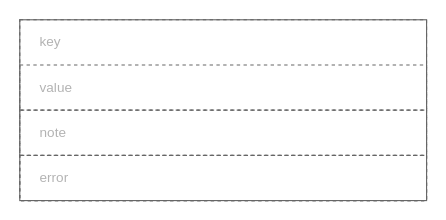
Earlier version of the draw.io diagram docs/diagrams/property-tile.drawio (stevedekorte/strvct.net). Source tidied: cells renumbered, new cells numbered last; positions are measured from the earlier drawing's top-left corner, leaving out a move shared by most shapes. Both pictures are drawn from the tidied source at 113%, with x=0, y=0 at pixel (19, 19).
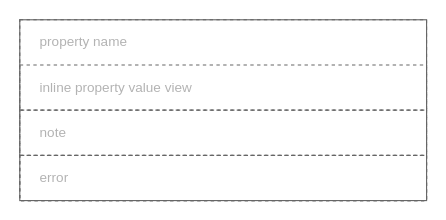
Above is the later version.

Diff of the diagram source:
```diff
@@
 <mxGraphModel>
   <root>
     <mxCell id="0" />
     <mxCell id="1" parent="0" />
     <mxCell id="2" style="rounded=0;whiteSpace=wrap;html=1;fillColor=none;strokeColor=#666666;fontSize=12;fontColor=#B3B3B3;" parent="1" vertex="1">
       <mxGeometry width="360" height="160" as="geometry" />
     </mxCell>
     <mxCell id="3" style="rounded=0;whiteSpace=wrap;html=1;fontSize=12;align=left;fillColor=none;strokeColor=#666666;dashed=1;fontColor=#B3B3B3;" parent="1" vertex="1">
       <mxGeometry width="360" height="160" as="geometry" />
     </mxCell>
-    <mxCell id="4" value="&lt;font style=&quot;font-size: 12px;&quot;&gt;key&lt;/font&gt;" style="rounded=0;whiteSpace=wrap;html=1;fontSize=24;align=left;fillColor=none;strokeColor=none;verticalAlign=middle;spacingBottom=8;spacingLeft=16;fontColor=#B3B3B3;" parent="1" vertex="1">
+    <mxCell id="4" value="&lt;font style=&quot;font-size: 12px;&quot;&gt;property name&lt;/font&gt;" style="rounded=0;whiteSpace=wrap;html=1;fontSize=24;align=left;fillColor=none;strokeColor=none;verticalAlign=middle;spacingBottom=8;spacingLeft=16;fontColor=#B3B3B3;" parent="1" vertex="1">
       <mxGeometry width="360" height="40" as="geometry" />
     </mxCell>
-    <mxCell id="5" value="&lt;font style=&quot;font-size: 12px;&quot;&gt;value&lt;/font&gt;" style="rounded=0;whiteSpace=wrap;html=1;fontSize=24;align=left;fillColor=none;strokeColor=#666666;verticalAlign=middle;spacingBottom=8;dashed=1;spacingLeft=16;fontColor=#B3B3B3;" parent="1" vertex="1">
+    <mxCell id="5" value="&lt;font style=&quot;font-size: 12px;&quot;&gt;inline property value view&lt;/font&gt;" style="rounded=0;whiteSpace=wrap;html=1;fontSize=24;align=left;fillColor=none;strokeColor=#666666;verticalAlign=middle;spacingBottom=8;dashed=1;spacingLeft=16;fontColor=#B3B3B3;" parent="1" vertex="1">
       <mxGeometry y="40" width="360" height="40" as="geometry" />
     </mxCell>
     <mxCell id="6" value="&lt;font style=&quot;font-size: 12px;&quot;&gt;note&lt;/font&gt;" style="rounded=0;whiteSpace=wrap;html=1;fontSize=24;align=left;fillColor=none;strokeColor=#666666;verticalAlign=middle;spacingBottom=8;dashed=1;spacingLeft=16;fontColor=#B3B3B3;" parent="1" vertex="1">
       <mxGeometry y="80" width="360" height="40" as="geometry" />
     </mxCell>
     <mxCell id="7" value="&lt;font style=&quot;font-size: 12px;&quot;&gt;error&lt;/font&gt;" style="rounded=0;whiteSpace=wrap;html=1;fontSize=24;align=left;fillColor=none;strokeColor=#666666;verticalAlign=middle;spacingBottom=8;dashed=1;spacingLeft=16;fontColor=#B3B3B3;" parent="1" vertex="1">
       <mxGeometry y="120" width="360" height="40" as="geometry" />
     </mxCell>
   </root>
 </mxGraphModel>
```
